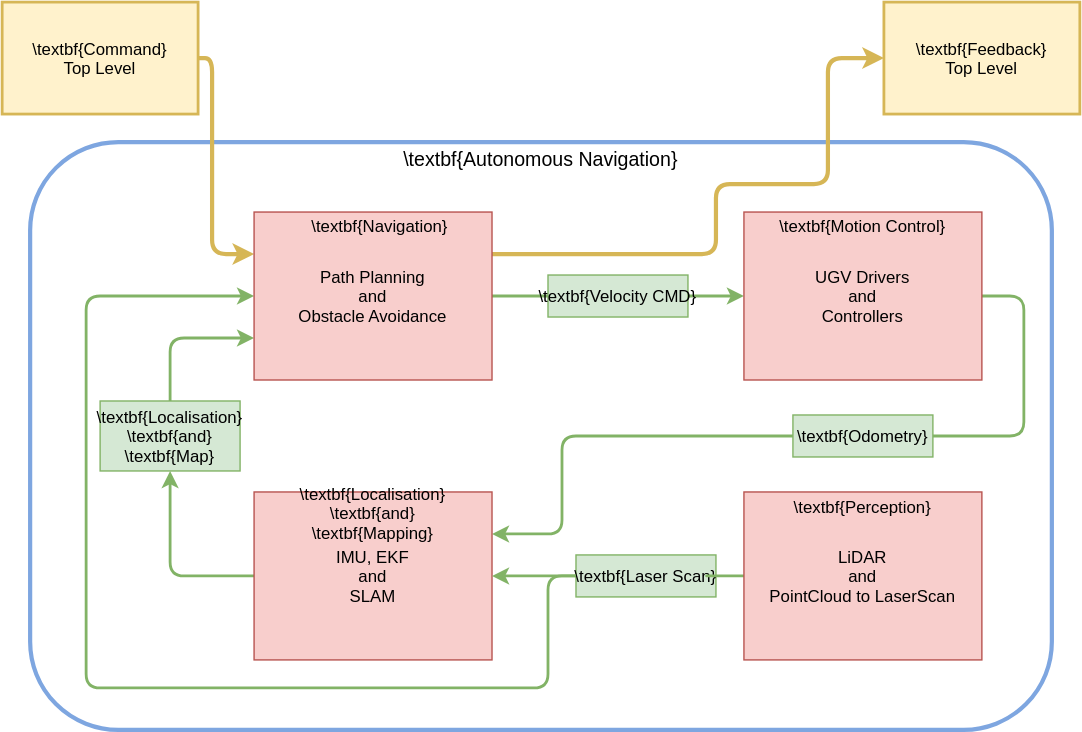
orjano-max/ORJANOS_MASTER_REPO keeps this draw.io diagram as Figures/figANMethod.drawio.svg. Above is the earlier version. Source tidied: cells renumbered, new cells last; positions are measured from the earlier drawing's top-left corner, leaving out a move shared by most shapes.
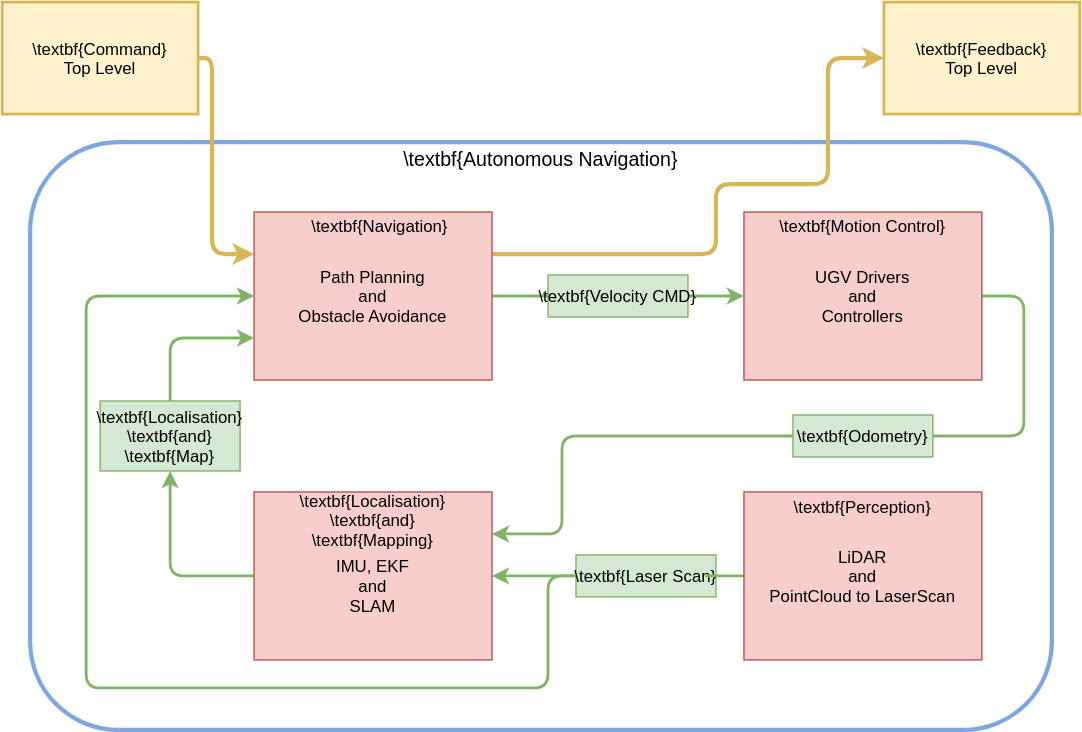
Above is the later version.

Diff of the diagram source:
```diff
@@ -104,11 +104,11 @@
     <mxCell id="24" style="group;" parent="1" vertex="1">
       <mxGeometry x="180" y="350" width="179.2" height="120" as="geometry" />
     </mxCell>
-    <mxCell id="25" value="IMU, EKF&#10;and&#10;SLAM" style="rounded=0;fillColor=#f8cecc;strokeColor=#b85450;" parent="24" vertex="1">
+    <mxCell id="25" value="&#10;IMU, EKF&#10;and&#10;SLAM" style="rounded=0;fillColor=#f8cecc;strokeColor=#b85450;" parent="24" vertex="1">
       <mxGeometry width="170" height="120" as="geometry" />
     </mxCell>
     <mxCell id="26" value="\textbf{Localisation}&#10; \textbf{and}&#10; \textbf{Mapping}" style="text;strokeColor=none;fillColor=none;align=center;verticalAlign=middle;rounded=0;" parent="24" vertex="1">
-      <mxGeometry x="-9.2" width="188.3" height="30" as="geometry" />
+      <mxGeometry x="-9.2" width="188.3" height="40" as="geometry" />
     </mxCell>
     <mxCell id="27" style="edgeStyle=orthogonalEdgeStyle;jettySize=auto;fillColor=#d5e8d4;strokeColor=#82b366;strokeWidth=2;rounded=1;entryX=1;entryY=0.5;entryDx=0;entryDy=0;endArrow=none;endFill=0;exitX=0;exitY=0.5;exitDx=0;exitDy=0;" parent="1" edge="1" source="29" target="23">
       <mxGeometry relative="1" as="geometry">
```
